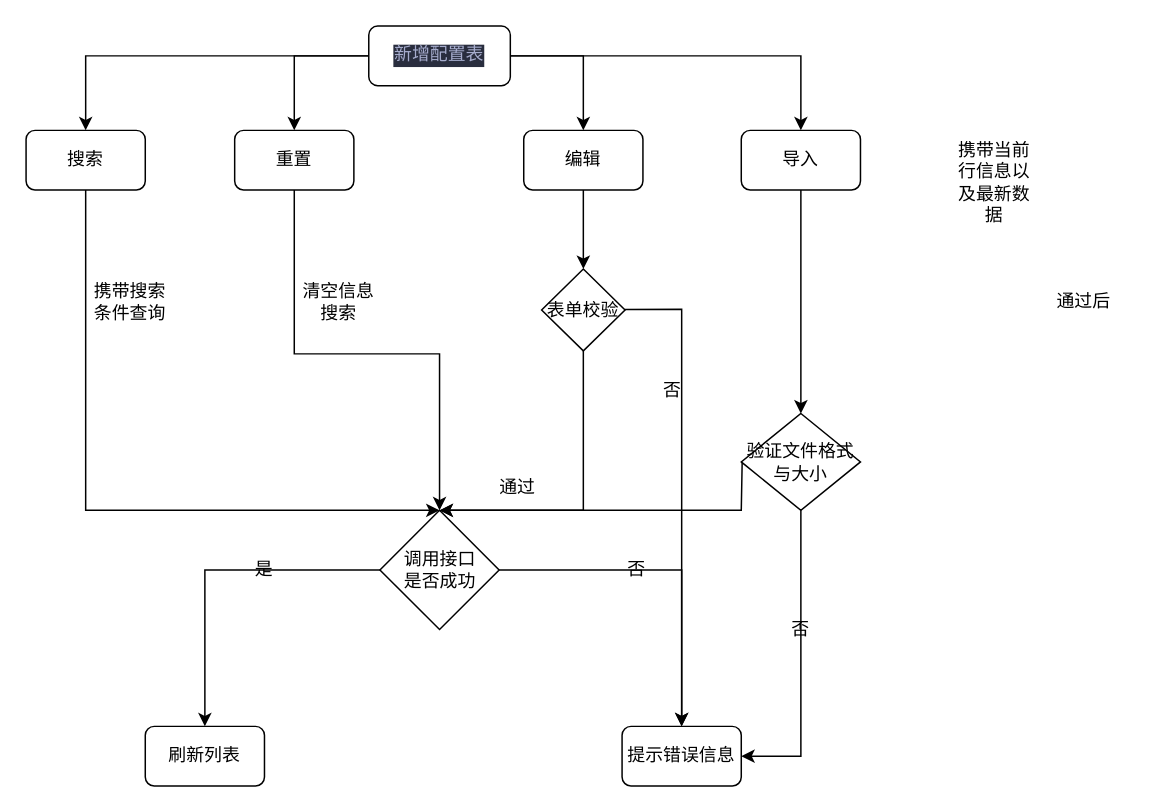
The draw.io diagram 未命名绘图.drawio in wangadai/draw, before the edit. Source tidied: cells renumbered, new cells numbered last; positions are measured from the earlier drawing's top-left corner, leaving out a move shared by most shapes. Both pictures are drawn from the tidied source at 149%, with x=0, y=0 at pixel (25, 25).
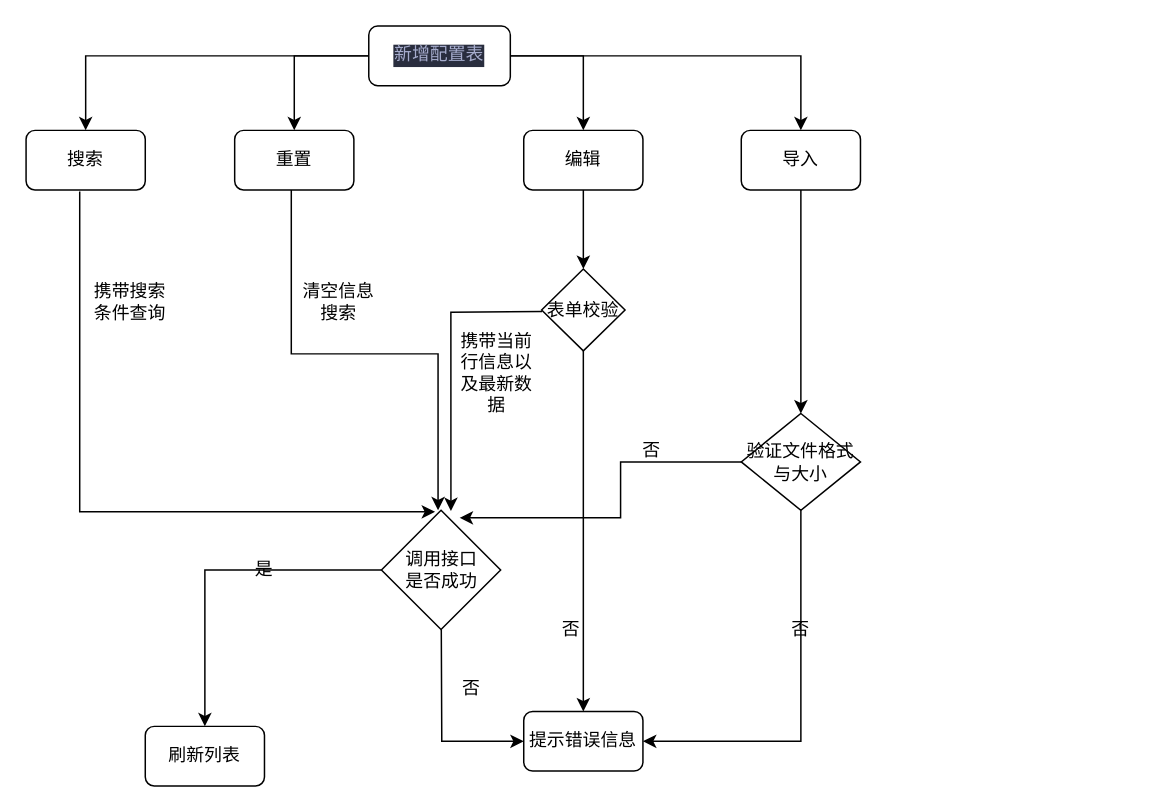
The same diagram, later.

Commit message:
更新未命名绘图.drawio

The change refers to these unchanged cells:
```xml
<mxCell id="8" value="搜索" style="whiteSpace=wrap;html=1;rounded=1;glass=0;strokeWidth=1;shadow=0;" parent="1" vertex="1">
  <mxGeometry y="70" width="80" height="40" as="geometry" />
</mxCell>
<mxCell id="11" value="重置" style="whiteSpace=wrap;html=1;rounded=1;glass=0;strokeWidth=1;shadow=0;" parent="1" vertex="1">
  <mxGeometry x="140" y="70" width="80" height="40" as="geometry" />
</mxCell>
<mxCell id="27" value="验证文件格式与大小" style="rhombus;whiteSpace=wrap;html=1;" parent="1" vertex="1">
  <mxGeometry x="480" y="260" width="80" height="65" as="geometry" />
</mxCell>
<mxCell id="31" value="表单校验" style="rhombus;whiteSpace=wrap;html=1;" parent="1" vertex="1">
  <mxGeometry x="346" y="163" width="56" height="55" as="geometry" />
</mxCell>
```

What changed in the source:
```diff
@@
-    <mxCell id="7" style="edgeStyle=orthogonalEdgeStyle;rounded=0;jettySize=auto;html=1;entryX=0.5;entryY=0;entryDx=0;entryDy=0;" parent="1" edge="1" source="8" target="21">
+    <mxCell id="7" style="edgeStyle=orthogonalEdgeStyle;rounded=0;orthogonalLoop=1;jettySize=auto;html=1;entryX=0.5;entryY=0;entryDx=0;entryDy=0;" parent="1" edge="1">
       <mxGeometry relative="1" as="geometry">
+        <mxPoint x="36" y="111" as="sourcePoint" />
+        <mxPoint x="274.5" y="326" as="targetPoint" />
         <Array as="points">
-          <mxPoint x="40" y="325" />
+          <mxPoint x="36" y="326" />
         </Array>
       </mxGeometry>
     </mxCell>
@@
-    <mxCell id="10" style="edgeStyle=orthogonalEdgeStyle;rounded=0;jettySize=auto;html=1;entryX=0.5;entryY=0;entryDx=0;entryDy=0;" parent="1" edge="1" source="11" target="21">
+    <mxCell id="10" style="edgeStyle=orthogonalEdgeStyle;rounded=0;orthogonalLoop=1;jettySize=auto;html=1;entryX=0.5;entryY=0;entryDx=0;entryDy=0;" parent="1" edge="1">
       <mxGeometry relative="1" as="geometry">
+        <mxPoint x="178" y="110" as="sourcePoint" />
+        <mxPoint x="276.5" y="325" as="targetPoint" />
         <Array as="points">
-          <mxPoint x="180" y="220" />
-          <mxPoint x="278" y="220" />
+          <mxPoint x="178" y="220" />
+          <mxPoint x="276" y="220" />
         </Array>
       </mxGeometry>
     </mxCell>
@@
     <mxCell id="15" value="提示错误信息" style="rounded=1;whiteSpace=wrap;html=1;" parent="1" vertex="1">
-      <mxGeometry x="400" y="470" width="80" height="40" as="geometry" />
+      <mxGeometry x="334" y="460" width="80" height="40" as="geometry" />
     </mxCell>
     <mxCell id="16" value="否" style="text;html=1;align=center;verticalAlign=middle;whiteSpace=wrap;rounded=0;" parent="1" vertex="1">
-      <mxGeometry x="390" y="350" width="40" height="30" as="geometry" />
+      <mxGeometry x="346" y="390" width="40" height="30" as="geometry" />
     </mxCell>
@@
-    <mxCell id="18" style="edgeStyle=orthogonalEdgeStyle;rounded=0;jettySize=auto;html=1;entryX=0.5;entryY=0;entryDx=0;entryDy=0;" parent="1" edge="1" source="31" target="21">
-      <mxGeometry relative="1" as="geometry">
-        <Array as="points">
-          <mxPoint x="374" y="325" />
-        </Array>
-      </mxGeometry>
-    </mxCell>
@@
-    <mxCell id="20" style="edgeStyle=orthogonalEdgeStyle;rounded=0;jettySize=auto;html=1;entryX=0.5;entryY=0;entryDx=0;entryDy=0;" parent="1" edge="1" source="21" target="15">
-      <mxGeometry relative="1" as="geometry" />
+    <mxCell id="20" style="edgeStyle=none;rounded=0;jettySize=auto;html=1;" parent="1" edge="1" source="21" target="15">
+      <mxGeometry relative="1" as="geometry">
+        <Array as="points">
+          <mxPoint x="279" y="480" />
+        </Array>
+      </mxGeometry>
     </mxCell>
     <mxCell id="21" value="调用接口&lt;div&gt;是否成功&lt;/div&gt;" style="rhombus;whiteSpace=wrap;html=1;" parent="1" vertex="1">
-      <mxGeometry x="237.5" y="325" width="80" height="80" as="geometry" />
+      <mxGeometry x="238.5" y="325" width="80" height="80" as="geometry" />
     </mxCell>
@@
     <mxCell id="24" value="携带当前行信息以及最新数据" style="text;html=1;align=center;verticalAlign=middle;whiteSpace=wrap;rounded=0;" parent="1" vertex="1">
-      <mxGeometry x="620" y="90" width="60" height="30" as="geometry" />
+      <mxGeometry x="286" y="218" width="60" height="30" as="geometry" />
     </mxCell>
     <mxCell id="25" style="edgeStyle=orthogonalEdgeStyle;rounded=0;jettySize=auto;html=1;entryX=1;entryY=0.5;entryDx=0;entryDy=0;" parent="1" edge="1" source="27" target="15">
-      <mxGeometry relative="1" as="geometry" />
+      <mxGeometry relative="1" as="geometry">
+        <Array as="points">
+          <mxPoint x="520" y="480" />
+        </Array>
+      </mxGeometry>
     </mxCell>
-    <mxCell id="26" style="edgeStyle=none;rounded=0;jettySize=auto;html=1;entryX=0.5;entryY=0;entryDx=0;entryDy=0;" parent="1" edge="1" source="27" target="21">
-      <mxGeometry relative="1" as="geometry">
-        <Array as="points">
-          <mxPoint x="480" y="292" />
-          <mxPoint x="480" y="325" />
-        </Array>
-      </mxGeometry>
-    </mxCell>
@@
-    <mxCell id="28" value="通过后" style="text;html=1;align=center;verticalAlign=middle;whiteSpace=wrap;rounded=0;" parent="1" vertex="1">
-      <mxGeometry x="680" y="165" width="60" height="40" as="geometry" />
-    </mxCell>
@@
-    <mxCell id="30" style="edgeStyle=none;rounded=0;jettySize=auto;html=1;entryX=0.5;entryY=0;entryDx=0;entryDy=0;" parent="1" edge="1" source="31" target="15">
-      <mxGeometry relative="1" as="geometry">
-        <Array as="points">
-          <mxPoint x="440" y="190" />
-        </Array>
-      </mxGeometry>
+    <mxCell id="30" style="edgeStyle=orthogonalEdgeStyle;rounded=0;jettySize=auto;html=1;entryX=0.5;entryY=0;entryDx=0;entryDy=0;" parent="1" edge="1" source="31" target="15">
+      <mxGeometry relative="1" as="geometry" />
     </mxCell>
+    <mxCell id="35" style="edgeStyle=orthogonalEdgeStyle;rounded=0;jettySize=auto;html=1;entryX=0.583;entryY=0.006;entryDx=0;entryDy=0;entryPerimeter=0;" parent="1" edge="1" target="21">
+      <mxGeometry relative="1" as="geometry">
+        <mxPoint x="346.3" y="191.6" as="sourcePoint" />
+      </mxGeometry>
+    </mxCell>
@@
     <mxCell id="32" value="否" style="text;html=1;align=center;verticalAlign=middle;whiteSpace=wrap;rounded=0;" parent="1" vertex="1">
-      <mxGeometry x="414" y="230" width="40" height="30" as="geometry" />
+      <mxGeometry x="400" y="270" width="40" height="30" as="geometry" />
     </mxCell>
-    <mxCell id="33" value="通过" style="text;html=1;align=center;verticalAlign=middle;whiteSpace=wrap;rounded=0;" parent="1" vertex="1">
-      <mxGeometry x="300" y="295" width="60" height="30" as="geometry" />
-    </mxCell>
@@
+    <mxCell id="26" style="edgeStyle=orthogonalEdgeStyle;rounded=0;jettySize=auto;html=1;entryX=0.656;entryY=0.063;entryDx=0;entryDy=0;entryPerimeter=0;" parent="1" edge="1" source="27" target="21">
+      <mxGeometry relative="1" as="geometry">
+        <Array as="points">
+          <mxPoint x="399" y="293" />
+          <mxPoint x="399" y="330" />
+        </Array>
+      </mxGeometry>
+    </mxCell>
+    <mxCell id="36" value="否" style="text;html=1;align=center;verticalAlign=middle;whiteSpace=wrap;rounded=0;" parent="1" vertex="1">
+      <mxGeometry x="278.5" y="430" width="40" height="30" as="geometry" />
+    </mxCell>
```
